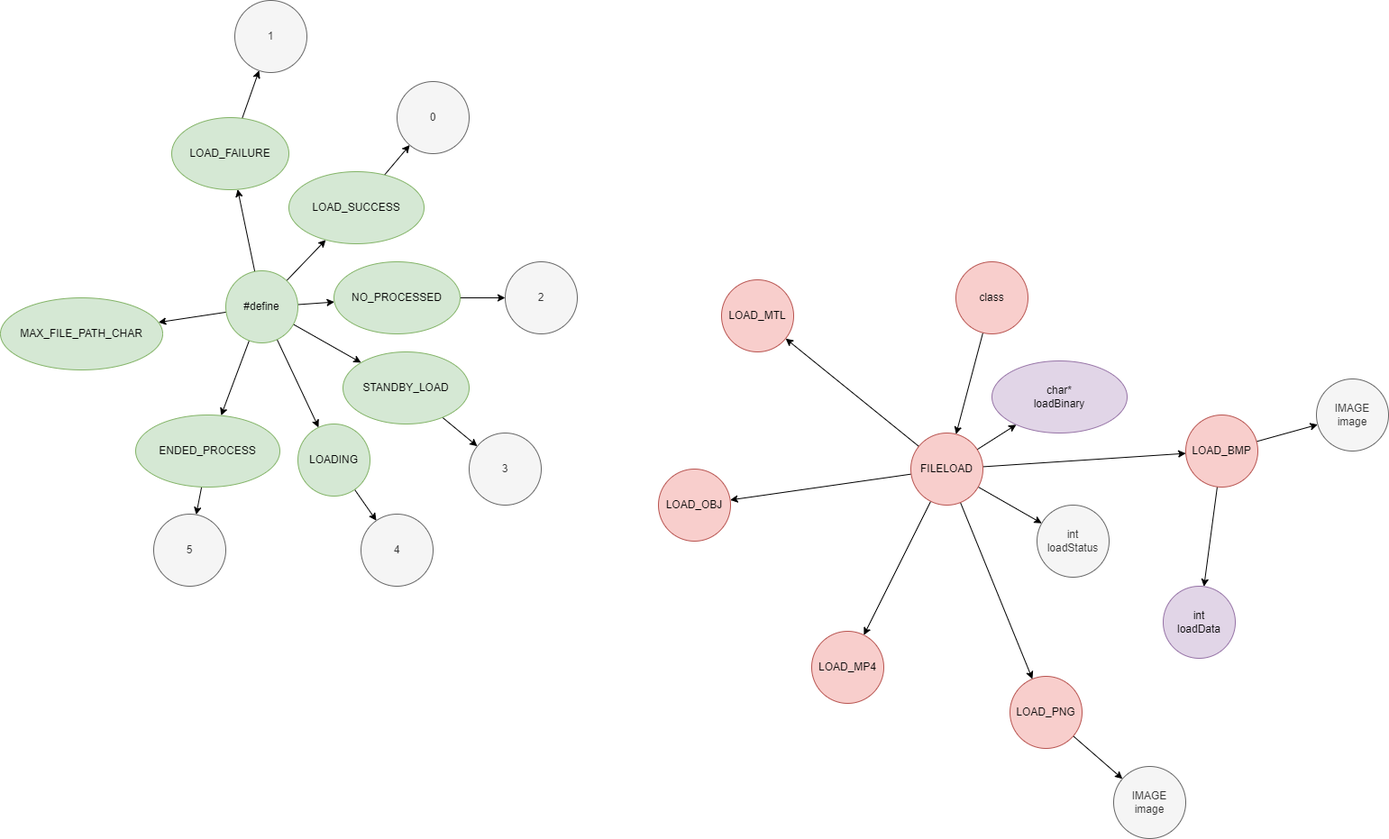
The draw.io diagram drawio/files/load/h.drawio.png in Tanso-mct/GLPA, before a commit. Source tidied: cells renumbered, new cells last; positions are measured from the earlier drawing's top-left corner, leaving out a move shared by most shapes.
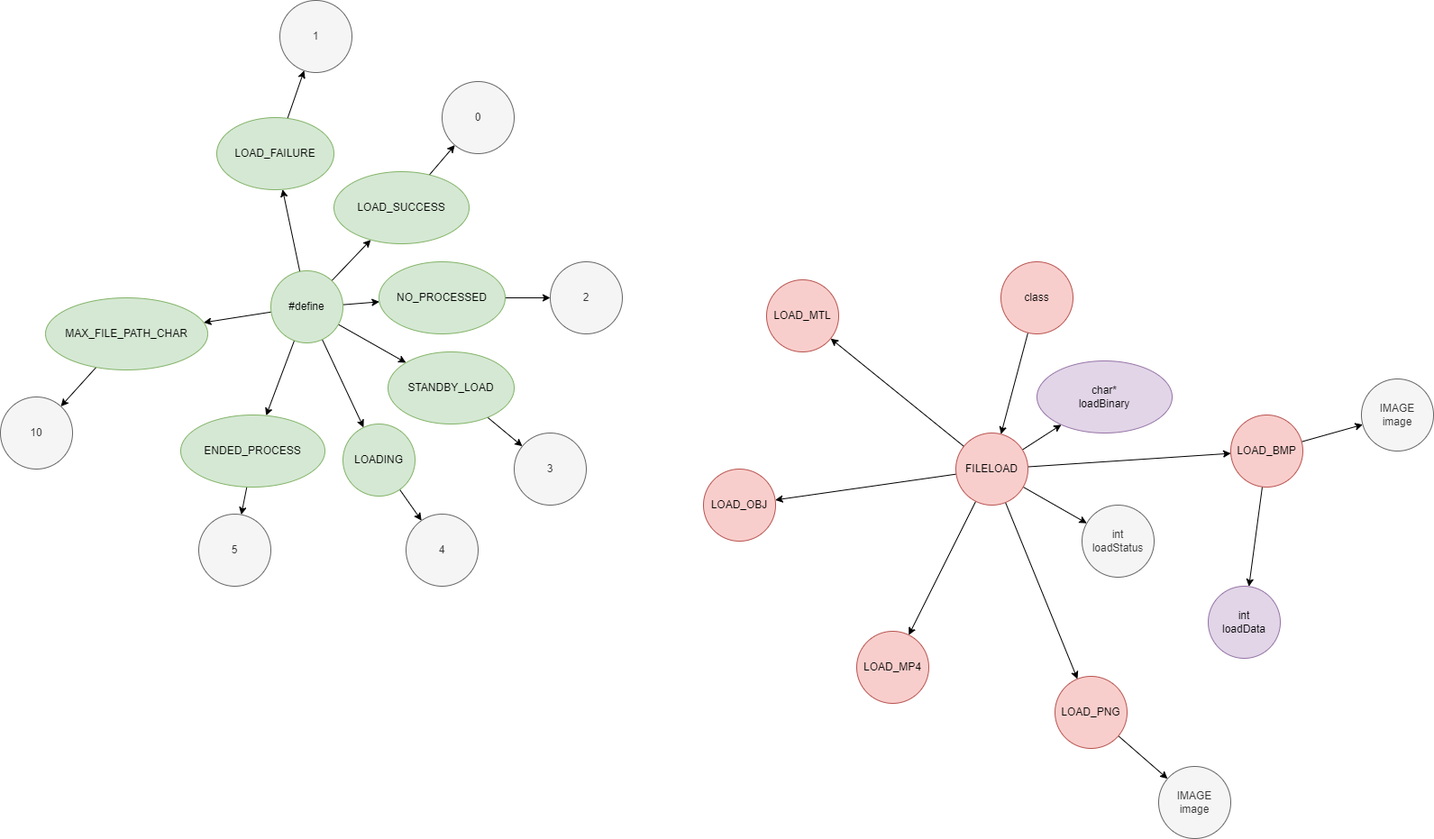
Later version of the same file.

Diff of the diagram source:
```diff
@@ -149,8 +149,14 @@
     <mxCell id="50" value="5" style="ellipse;whiteSpace=wrap;html=1;strokeColor=#666666;fontFamily=Helvetica;fontSize=12;fontColor=#333333;fillColor=#f5f5f5;" parent="1" vertex="1">
       <mxGeometry x="170" y="570" width="80" height="80" as="geometry" />
     </mxCell>
+    <mxCell id="52" style="edgeStyle=none;html=1;fontFamily=Helvetica;fontSize=12;fontColor=#333333;" parent="1" edge="1" source="51" target="53">
+      <mxGeometry relative="1" as="geometry" />
+    </mxCell>
     <mxCell id="51" value="MAX_FILE_PATH_CHAR" style="ellipse;whiteSpace=wrap;html=1;fillColor=#d5e8d4;strokeColor=#82b366;" parent="1" vertex="1">
       <mxGeometry y="330" width="180" height="80" as="geometry" />
     </mxCell>
+    <mxCell id="53" value="10" style="ellipse;whiteSpace=wrap;html=1;fillColor=#f5f5f5;fontColor=#333333;strokeColor=#666666;" parent="1" vertex="1">
+      <mxGeometry x="-50" y="440" width="80" height="80" as="geometry" />
+    </mxCell>
   </root>
 </mxGraphModel>
```
